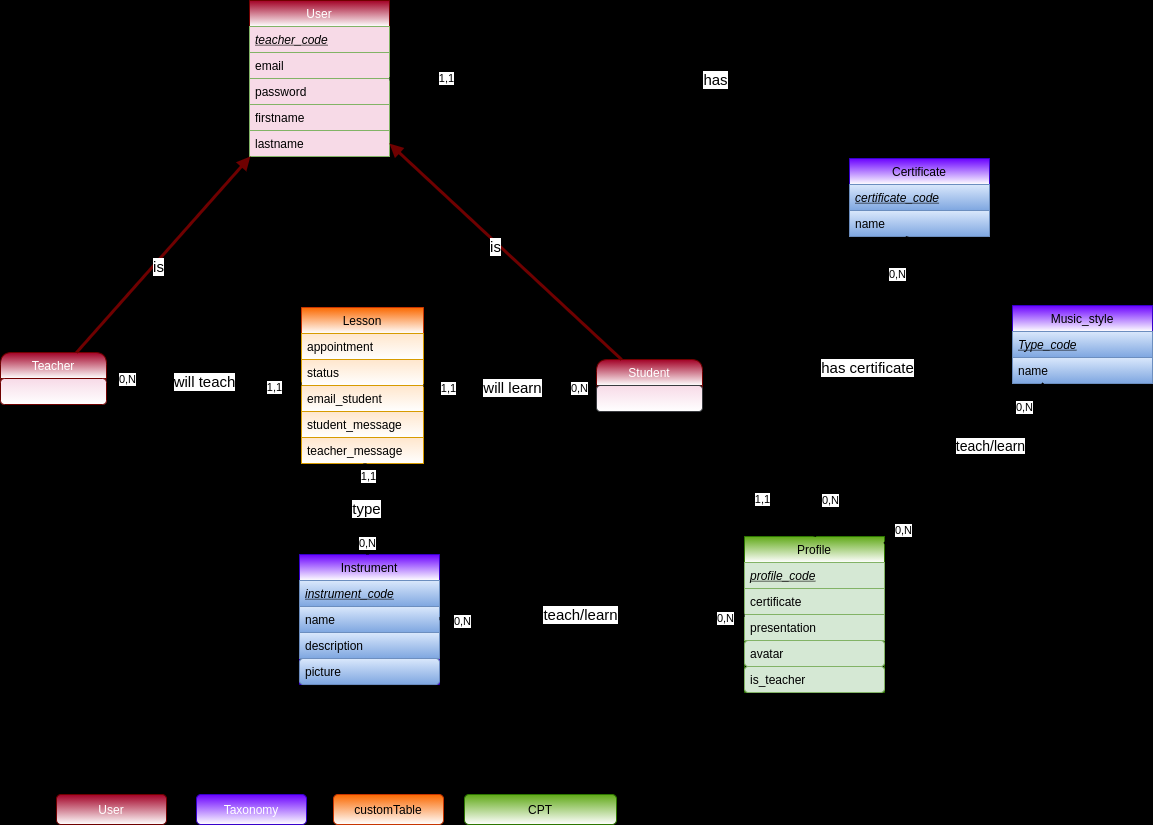
Above: _documentation/mcd.drawio.png in Brewalan74/InstrumentalForMe (draw.io), before the change. Source tidied: cells renumbered, new cells last; positions are measured from the earlier drawing's top-left corner, leaving out a move shared by most shapes.
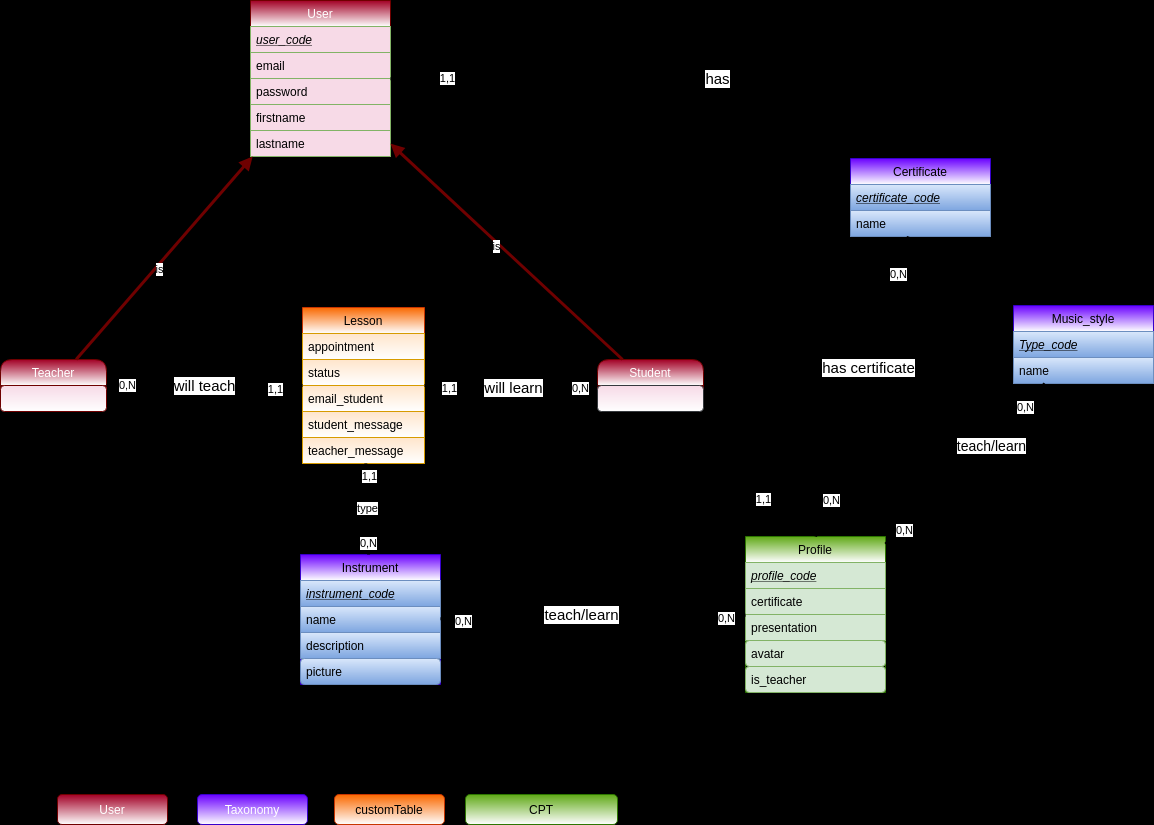
Above is the later version.

Commit message:
Doc update cdc + mcd

What changed in the source:
```diff
@@ -20,7 +20,7 @@
     <mxCell id="7" value="User" style="swimlane;fontStyle=0;horizontal=1;startSize=26;fillColor=#a20025;strokeColor=#6F0000;fontColor=#ffffff;rounded=0;gradientColor=#ffffff;" parent="1" vertex="1">
       <mxGeometry x="249" width="140" height="156" as="geometry" />
     </mxCell>
-    <mxCell id="8" value="teacher_code" style="text;strokeColor=#82b366;align=left;verticalAlign=top;spacingLeft=4;spacingRight=4;overflow=hidden;fontColor=#000000;fontStyle=6;fillColor=#F7DAE7;" parent="7" vertex="1">
+    <mxCell id="8" value="user_code" style="text;strokeColor=#82b366;align=left;verticalAlign=top;spacingLeft=4;spacingRight=4;overflow=hidden;fontColor=#000000;fontStyle=6;fillColor=#F7DAE7;" parent="7" vertex="1">
       <mxGeometry y="26" width="140" height="26" as="geometry" />
     </mxCell>
     <mxCell id="9" value="email" style="text;strokeColor=#82b366;align=left;verticalAlign=top;spacingLeft=4;spacingRight=4;overflow=hidden;fontColor=#000000;fillColor=#F7DAE7;" parent="7" vertex="1">
@@ -75,7 +75,7 @@
       <mxGeometry y="26" width="106" height="26" as="geometry" />
     </mxCell>
     <mxCell id="26" value="Teacher" style="swimlane;fontStyle=0;horizontal=1;startSize=26;fillColor=#a20025;strokeColor=#6F0000;rounded=1;fontColor=#ffffff;gradientColor=#ffffff;" parent="1" vertex="1">
-      <mxGeometry y="352" width="106" height="52" as="geometry" />
+      <mxGeometry x="-1" y="359" width="106" height="52" as="geometry" />
     </mxCell>
     <mxCell id="27" style="text;strokeColor=#6F0000;align=left;verticalAlign=top;spacingLeft=4;spacingRight=4;overflow=hidden;fontColor=#ffffff;rounded=1;gradientColor=#ffffff;fillColor=#F7DAE7;" parent="26" vertex="1">
       <mxGeometry y="26" width="106" height="26" as="geometry" />
@@ -101,13 +101,13 @@
     <mxCell id="34" style="endArrow=block;html=1;endFill=1;strokeWidth=3;fillColor=#a20025;strokeColor=#6F0000;" parent="1" edge="1" source="26" target="7">
       <mxGeometry relative="1" as="geometry" />
     </mxCell>
-    <mxCell id="35" value="&lt;font style=&quot;font-size: 15px&quot;&gt;is&lt;/font&gt;" style="edgeLabel;html=1;align=center;verticalAlign=middle;" parent="34" vertex="1">
+    <mxCell id="35" value="is" style="edgeLabel;html=1;align=center;verticalAlign=middle;" parent="34" vertex="1">
       <mxGeometry x="-0.09" y="-3" relative="1" as="geometry" />
     </mxCell>
     <mxCell id="36" style="endArrow=block;html=1;endFill=1;strokeWidth=3;fillColor=#a20025;strokeColor=#6F0000;" parent="1" edge="1" source="24" target="7">
       <mxGeometry relative="1" as="geometry" />
     </mxCell>
-    <mxCell id="37" value="&lt;font style=&quot;font-size: 15px&quot;&gt;is&lt;/font&gt;" style="edgeLabel;html=1;align=center;verticalAlign=middle;" parent="36" vertex="1">
+    <mxCell id="37" value="is" style="edgeLabel;html=1;align=center;verticalAlign=middle;" parent="36" vertex="1">
       <mxGeometry x="0.07" y="2" relative="1" as="geometry">
         <mxPoint x="-1" as="offset" />
       </mxGeometry>
@@ -121,7 +121,7 @@
     </mxCell>
     <mxCell id="39" value="&lt;font style=&quot;font-size: 15px&quot;&gt;has&lt;/font&gt;" style="edgeLabel;html=1;align=center;verticalAlign=middle;" parent="38" vertex="1">
       <mxGeometry x="-0.09" y="-2" relative="1" as="geometry">
-        <mxPoint x="-42" y="-82" as="offset" />
+        <mxPoint x="-41" y="-83" as="offset" />
       </mxGeometry>
     </mxCell>
     <mxCell id="40" value="1,1" style="edgeLabel;html=1;align=center;verticalAlign=middle;" parent="38" vertex="1">
@@ -153,7 +153,7 @@
     <mxCell id="48" value="0,N" style="edgeLabel;html=1;align=center;verticalAlign=middle;" parent="45" vertex="1">
       <mxGeometry x="0.8" y="-2" relative="1" as="geometry" />
     </mxCell>
-    <mxCell id="49" value="&lt;font style=&quot;font-size: 15px&quot;&gt;type&lt;/font&gt;" style="endArrow=none;html=1;strokeWidth=3;" parent="1" edge="1" source="2" target="17">
+    <mxCell id="49" value="type" style="endArrow=none;html=1;strokeWidth=3;" parent="1" edge="1" source="2" target="17">
       <mxGeometry relative="1" as="geometry" />
     </mxCell>
     <mxCell id="50" value="0,N" style="edgeLabel;html=1;align=center;verticalAlign=middle;" parent="49" vertex="1">
```
